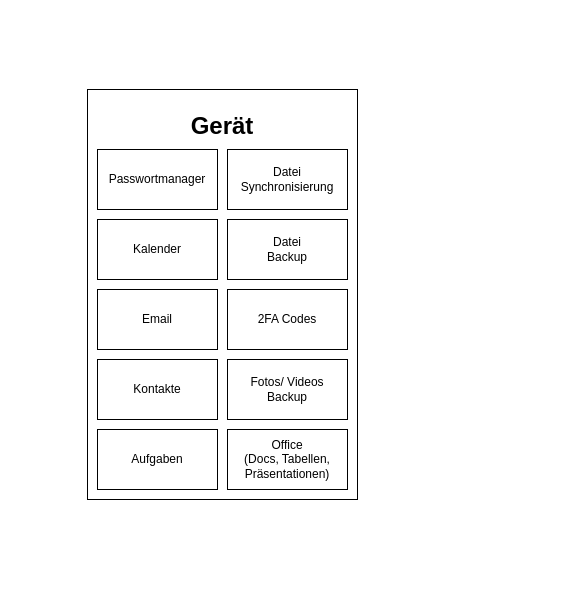
Above: digitales-oekosystem.drawio in esatbayhan/zeichnungen (draw.io), before the change. Source tidied: cells renumbered, new cells numbered last; positions are measured from the earlier drawing's top-left corner, leaving out a move shared by most shapes. Both pictures are drawn from the tidied source at 100%, with x=0, y=0 at pixel (87, 89).
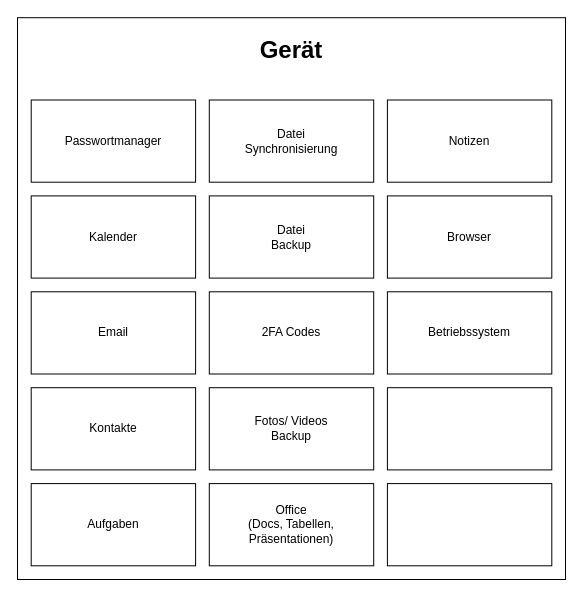
After the change.

Commit message:
Added components to template and changed styling

Change to the diagram source:
```diff
@@
 <mxGraphModel>
   <root>
     <mxCell id="0" />
     <mxCell id="1" parent="0" />
-    <mxCell id="2" value="&lt;h1&gt;Gerät&lt;/h1&gt;" style="rounded=0;whiteSpace=wrap;html=1;verticalAlign=top;" parent="1" vertex="1">
-      <mxGeometry width="270" height="410" as="geometry" />
+    <mxCell id="2" value="&lt;h1&gt;Gerät&lt;/h1&gt;" style="rounded=0;whiteSpace=wrap;html=1;verticalAlign=top;labelPosition=center;verticalLabelPosition=middle;align=center;spacing=-2;" parent="1" vertex="1">
+      <mxGeometry x="-70" y="-71.8" width="548" height="561.8" as="geometry" />
     </mxCell>
     <mxCell id="3" value="Passwortmanager" style="rounded=0;whiteSpace=wrap;html=1;" parent="1" vertex="1">
-      <mxGeometry x="10" y="60" width="120" height="60" as="geometry" />
+      <mxGeometry x="-56.3" y="10.5" width="164.4" height="82.2" as="geometry" />
     </mxCell>
     <mxCell id="4" value="Kalender" style="rounded=0;whiteSpace=wrap;html=1;" parent="1" vertex="1">
-      <mxGeometry x="10" y="130" width="120" height="60" as="geometry" />
+      <mxGeometry x="-56.3" y="106.4" width="164.4" height="82.2" as="geometry" />
     </mxCell>
     <mxCell id="5" value="Email" style="rounded=0;whiteSpace=wrap;html=1;" parent="1" vertex="1">
-      <mxGeometry x="10" y="200" width="120" height="60" as="geometry" />
+      <mxGeometry x="-56.3" y="202.3" width="164.4" height="82.2" as="geometry" />
     </mxCell>
     <mxCell id="6" value="Kontakte" style="rounded=0;whiteSpace=wrap;html=1;" parent="1" vertex="1">
-      <mxGeometry x="10" y="270" width="120" height="60" as="geometry" />
+      <mxGeometry x="-56.3" y="298.2" width="164.4" height="82.2" as="geometry" />
     </mxCell>
     <mxCell id="7" value="Aufgaben" style="rounded=0;whiteSpace=wrap;html=1;" parent="1" vertex="1">
-      <mxGeometry x="10" y="340" width="120" height="60" as="geometry" />
+      <mxGeometry x="-56.3" y="394.1" width="164.4" height="82.2" as="geometry" />
     </mxCell>
     <mxCell id="8" value="&lt;div&gt;Datei&lt;/div&gt;&lt;div&gt;Synchronisierung&lt;/div&gt;" style="rounded=0;whiteSpace=wrap;html=1;" parent="1" vertex="1">
-      <mxGeometry x="140" y="60" width="120" height="60" as="geometry" />
+      <mxGeometry x="121.8" y="10.5" width="164.4" height="82.2" as="geometry" />
     </mxCell>
     <mxCell id="9" value="&lt;div&gt;Datei&lt;/div&gt;&lt;div&gt;Backup&lt;/div&gt;" style="rounded=0;whiteSpace=wrap;html=1;" parent="1" vertex="1">
-      <mxGeometry x="140" y="130" width="120" height="60" as="geometry" />
+      <mxGeometry x="121.8" y="106.4" width="164.4" height="82.2" as="geometry" />
     </mxCell>
     <mxCell id="10" value="2FA Codes" style="rounded=0;whiteSpace=wrap;html=1;" parent="1" vertex="1">
-      <mxGeometry x="140" y="200" width="120" height="60" as="geometry" />
+      <mxGeometry x="121.8" y="202.3" width="164.4" height="82.2" as="geometry" />
     </mxCell>
     <mxCell id="11" value="&lt;div&gt;Fotos/ Videos&lt;/div&gt;&lt;div&gt;Backup&lt;/div&gt;" style="rounded=0;whiteSpace=wrap;html=1;" parent="1" vertex="1">
-      <mxGeometry x="140" y="270" width="120" height="60" as="geometry" />
+      <mxGeometry x="121.8" y="298.2" width="164.4" height="82.2" as="geometry" />
     </mxCell>
     <mxCell id="12" value="&lt;div&gt;Office&lt;/div&gt;&lt;div&gt;(Docs, Tabellen, Präsentationen)&lt;/div&gt;" style="rounded=0;whiteSpace=wrap;html=1;" parent="1" vertex="1">
-      <mxGeometry x="140" y="340" width="120" height="60" as="geometry" />
+      <mxGeometry x="121.8" y="394.1" width="164.4" height="82.2" as="geometry" />
     </mxCell>
+    <mxCell id="13" value="Notizen" style="rounded=0;whiteSpace=wrap;html=1;" parent="1" vertex="1">
+      <mxGeometry x="299.9" y="10.5" width="164.4" height="82.2" as="geometry" />
+    </mxCell>
+    <mxCell id="14" value="Browser" style="rounded=0;whiteSpace=wrap;html=1;" parent="1" vertex="1">
+      <mxGeometry x="299.9" y="106.4" width="164.4" height="82.2" as="geometry" />
+    </mxCell>
+    <mxCell id="15" value="Betriebssystem" style="rounded=0;whiteSpace=wrap;html=1;" parent="1" vertex="1">
+      <mxGeometry x="299.9" y="202.3" width="164.4" height="82.2" as="geometry" />
+    </mxCell>
+    <mxCell id="16" style="rounded=0;whiteSpace=wrap;html=1;" parent="1" vertex="1">
+      <mxGeometry x="299.9" y="298.2" width="164.4" height="82.2" as="geometry" />
+    </mxCell>
+    <mxCell id="17" style="rounded=0;whiteSpace=wrap;html=1;" parent="1" vertex="1">
+      <mxGeometry x="299.9" y="394.1" width="164.4" height="82.2" as="geometry" />
+    </mxCell>
   </root>
 </mxGraphModel>
```
